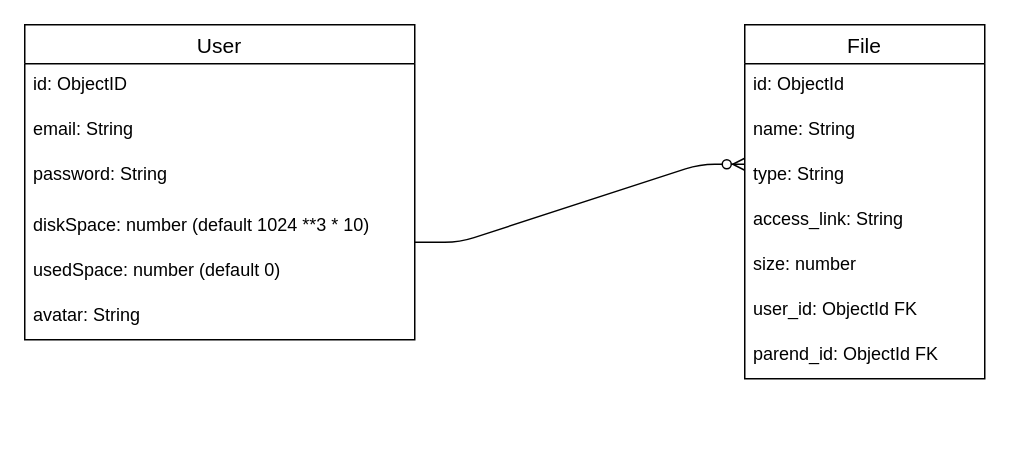
iRootPro/clouddisk-be keeps this draw.io diagram as cloudDiagram.drawio. Above is the earlier version. Source tidied: cells renumbered, new cells numbered last; positions are measured from the earlier drawing's top-left corner, leaving out a move shared by most shapes. Both pictures are drawn from the tidied source at 150%, with x=0, y=0 at pixel (24, 24).
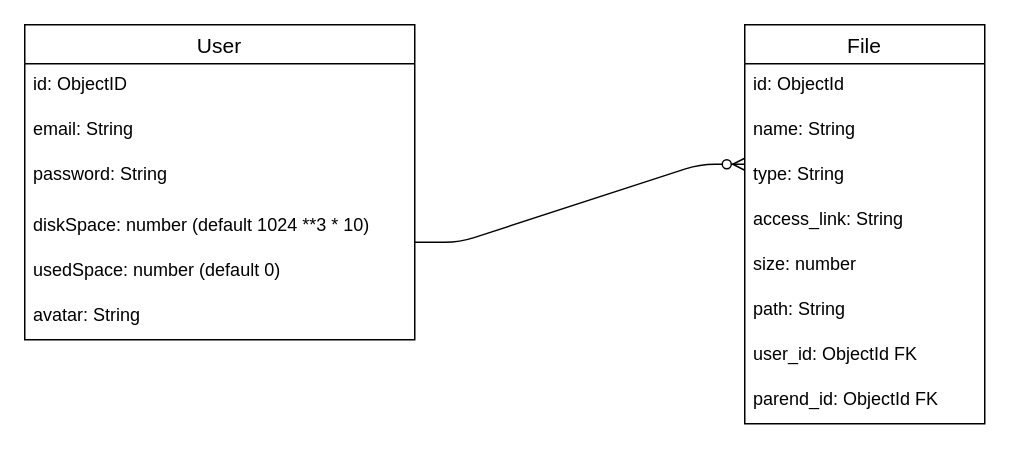
After the change.

What changed in the source:
```diff
@@
 <mxGraphModel>
   <root>
     <mxCell id="0" />
     <mxCell id="1" parent="0" />
     <mxCell id="2" value="User" style="swimlane;fontStyle=0;horizontal=1;startSize=26;align=center;fontSize=14;" parent="1" vertex="1">
       <mxGeometry width="260" height="210" as="geometry" />
     </mxCell>
     <mxCell id="3" value="id: ObjectID" style="text;strokeColor=none;fillColor=none;spacingLeft=4;spacingRight=4;overflow=hidden;fontSize=12;" parent="2" vertex="1">
       <mxGeometry y="26" width="260" height="30" as="geometry" />
     </mxCell>
     <mxCell id="4" value="email: String" style="text;strokeColor=none;fillColor=none;spacingLeft=4;spacingRight=4;overflow=hidden;fontSize=12;" parent="2" vertex="1">
       <mxGeometry y="56" width="260" height="30" as="geometry" />
     </mxCell>
     <mxCell id="5" value="password: String&#10;" style="text;strokeColor=none;fillColor=none;spacingLeft=4;spacingRight=4;overflow=hidden;fontSize=12;" parent="2" vertex="1">
       <mxGeometry y="86" width="260" height="34" as="geometry" />
     </mxCell>
     <mxCell id="6" value="diskSpace: number (default 1024 **3 * 10)" style="text;strokeColor=none;fillColor=none;spacingLeft=4;spacingRight=4;overflow=hidden;fontSize=12;" parent="2" vertex="1">
       <mxGeometry y="120" width="260" height="30" as="geometry" />
     </mxCell>
     <mxCell id="7" value="usedSpace: number (default 0)&#10;" style="text;strokeColor=none;fillColor=none;spacingLeft=4;spacingRight=4;overflow=hidden;fontSize=12;" parent="2" vertex="1">
       <mxGeometry y="150" width="260" height="30" as="geometry" />
     </mxCell>
     <mxCell id="8" value="avatar: String" style="text;strokeColor=none;fillColor=none;spacingLeft=4;spacingRight=4;overflow=hidden;fontSize=12;" parent="2" vertex="1">
       <mxGeometry y="180" width="260" height="30" as="geometry" />
     </mxCell>
     <mxCell id="9" value="File" style="swimlane;fontStyle=0;horizontal=1;startSize=26;align=center;fontSize=14;" parent="1" vertex="1">
-      <mxGeometry x="480" width="160" height="236" as="geometry" />
+      <mxGeometry x="480" width="160" height="266" as="geometry" />
     </mxCell>
     <mxCell id="10" value="id: ObjectId&#10;" style="text;strokeColor=none;fillColor=none;spacingLeft=4;spacingRight=4;overflow=hidden;fontSize=12;" parent="9" vertex="1">
       <mxGeometry y="26" width="160" height="30" as="geometry" />
     </mxCell>
     <mxCell id="11" value="name: String" style="text;strokeColor=none;fillColor=none;spacingLeft=4;spacingRight=4;overflow=hidden;fontSize=12;" parent="9" vertex="1">
       <mxGeometry y="56" width="160" height="30" as="geometry" />
     </mxCell>
     <mxCell id="12" value="type: String" style="text;strokeColor=none;fillColor=none;spacingLeft=4;spacingRight=4;overflow=hidden;points=[[0,0.5],[1,0.5]];portConstraint=eastwest;fontSize=12;" parent="9" vertex="1">
       <mxGeometry y="86" width="160" height="30" as="geometry" />
     </mxCell>
     <mxCell id="13" value="access_link: String" style="text;strokeColor=none;fillColor=none;spacingLeft=4;spacingRight=4;overflow=hidden;fontSize=12;" parent="9" vertex="1">
       <mxGeometry y="116" width="160" height="30" as="geometry" />
     </mxCell>
     <mxCell id="14" value="size: number" style="text;strokeColor=none;fillColor=none;spacingLeft=4;spacingRight=4;overflow=hidden;fontSize=12;" parent="9" vertex="1">
       <mxGeometry y="146" width="160" height="30" as="geometry" />
     </mxCell>
+    <mxCell id="18" value="path: String" style="text;strokeColor=none;fillColor=none;spacingLeft=4;spacingRight=4;overflow=hidden;fontSize=12;" parent="9" vertex="1">
+      <mxGeometry y="176" width="160" height="30" as="geometry" />
+    </mxCell>
     <mxCell id="15" value="user_id: ObjectId FK" style="text;strokeColor=none;fillColor=none;spacingLeft=4;spacingRight=4;overflow=hidden;fontSize=12;" parent="9" vertex="1">
-      <mxGeometry y="176" width="160" height="30" as="geometry" />
+      <mxGeometry y="206" width="160" height="30" as="geometry" />
     </mxCell>
     <mxCell id="16" value="parend_id: ObjectId FK" style="text;strokeColor=none;fillColor=none;spacingLeft=4;spacingRight=4;overflow=hidden;fontSize=12;" parent="9" vertex="1">
-      <mxGeometry y="206" width="160" height="30" as="geometry" />
+      <mxGeometry y="236" width="160" height="30" as="geometry" />
     </mxCell>
     <mxCell id="17" style="edgeStyle=entityRelationEdgeStyle;fontSize=12;html=1;endArrow=ERzeroToMany;endFill=1;entryX=0;entryY=0.233;entryDx=0;entryDy=0;entryPerimeter=0;" parent="1" edge="1" target="12">
       <mxGeometry relative="1" as="geometry">
         <mxPoint x="260" y="145" as="sourcePoint" />
       </mxGeometry>
     </mxCell>
   </root>
 </mxGraphModel>
```
